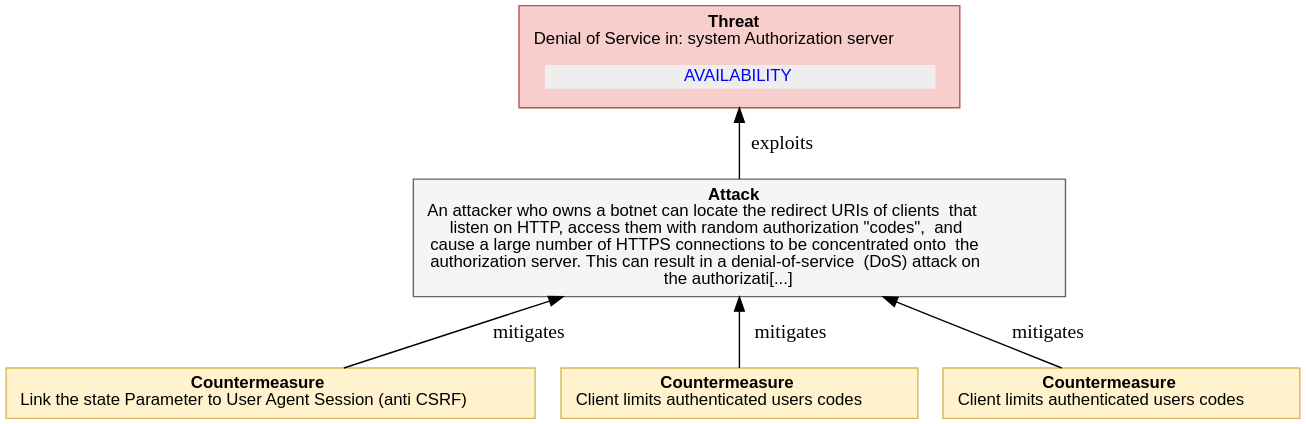
DavidCervigni/threat-models keeps this PlantUML diagram as report-examples/OAuth2/img/threatTree/4_4_1_12_DOS2.svg. Above is the earlier version. Its source is kept beside it as report-examples/OAuth2/img/threatTree/4_4_1_12_DOS2.puml.
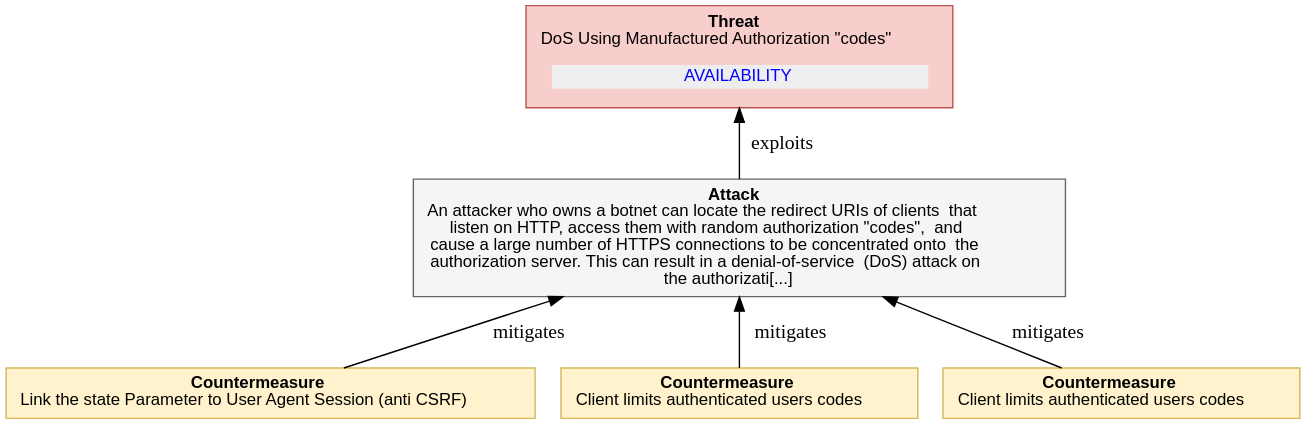
The same diagram one commit later.

Diff of the diagram source:
```diff
@@ -7,7 +7,7 @@
     <<table border="0" cellborder="0" cellspacing="0">
      <tr><td align="center"><b>Threat</b><br/>
 
-Denial of Service in: system Authorization server
+DoS Using Manufactured Authorization &quot;codes&quot;
 </td></tr>
      <tr><td><table border="0" cellborder="0" cellspacing="8"><tr>
                 ret += secObj.linkedImpactMDText()
```
